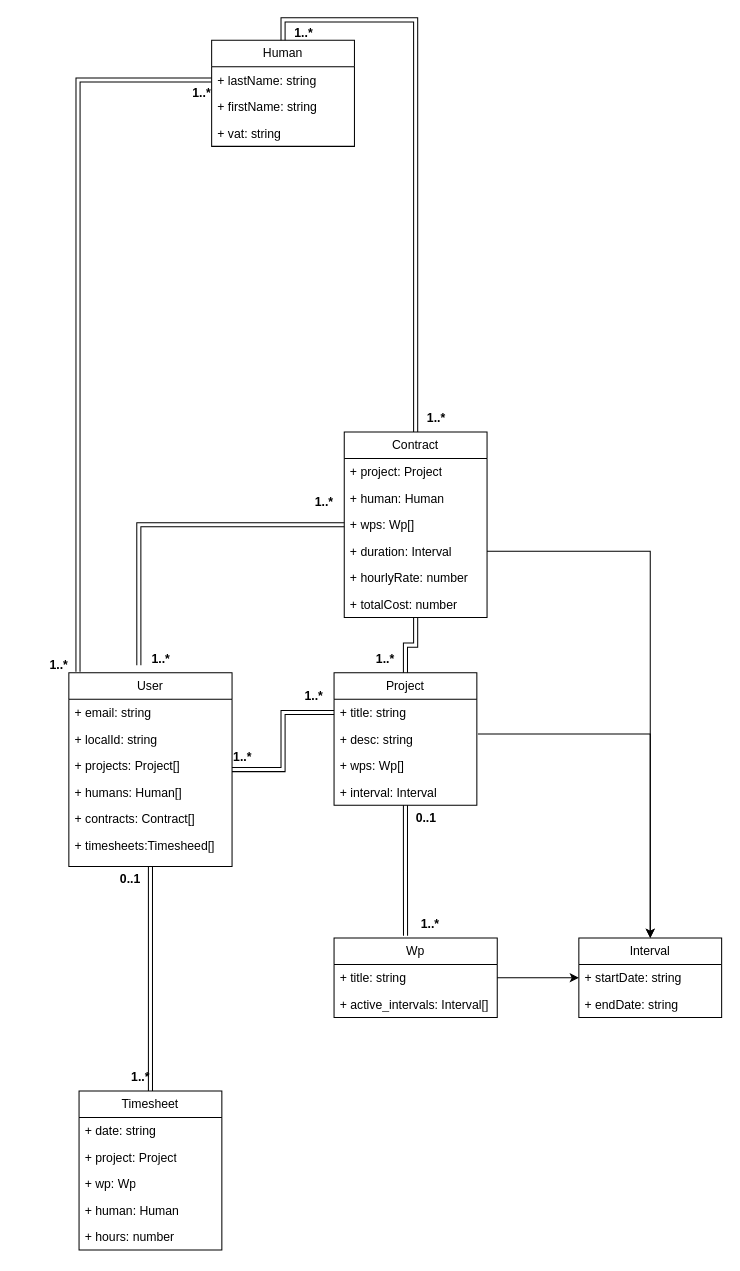
The draw.io diagram diagrams/class_diagram.drawio in nhaskaris/thesis_it22118, before the edit. Source tidied: cells renumbered, new cells numbered last; positions are measured from the earlier drawing's top-left corner, leaving out a move shared by most shapes. Both pictures are drawn from the tidied source at 102%, with x=0, y=0 at pixel (17, 19).
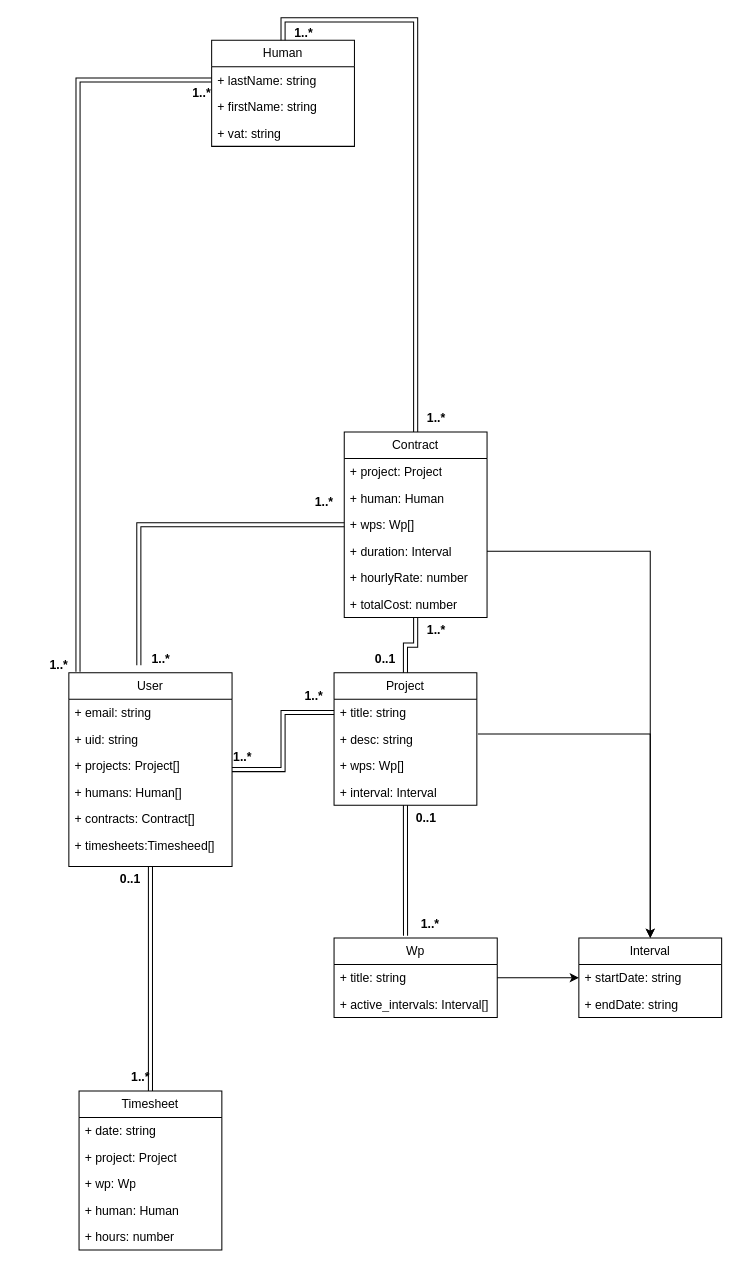
The same diagram, later.

Unchanged cells that the change refers to:
```xml
<mxCell id="19" value="User" style="swimlane;fontStyle=0;horizontal=1;startSize=26;whiteSpace=wrap;html=1;" parent="1" vertex="1">
  <mxGeometry x="50" y="640" width="160" height="190" as="geometry" />
</mxCell>
```

Diff of the diagram source:
```diff
@@
-    <mxCell id="21" value="+ localId: string" style="text;strokeColor=none;fillColor=none;align=left;verticalAlign=top;spacingLeft=4;spacingRight=4;overflow=hidden;whiteSpace=wrap;html=1;" parent="19" vertex="1">
+    <mxCell id="21" value="+ uid: string" style="text;strokeColor=none;fillColor=none;align=left;verticalAlign=top;spacingLeft=4;spacingRight=4;overflow=hidden;whiteSpace=wrap;html=1;" parent="19" vertex="1">
       <mxGeometry y="52" width="160" height="26" as="geometry" />
     </mxCell>
@@
-    <mxCell id="47" value="1..*" style="text;align=center;fontStyle=1;verticalAlign=middle;spacingLeft=3;spacingRight=3;strokeColor=none;html=1;" parent="1" vertex="1">
+    <mxCell id="47" value="0..1" style="text;align=center;fontStyle=1;verticalAlign=middle;spacingLeft=3;spacingRight=3;strokeColor=none;html=1;" parent="1" vertex="1">
       <mxGeometry x="320" y="614" width="80" height="26" as="geometry" />
     </mxCell>
@@
+    <mxCell id="61" value="1..*" style="text;align=center;fontStyle=1;verticalAlign=middle;spacingLeft=3;spacingRight=3;strokeColor=none;html=1;" parent="1" vertex="1">
+      <mxGeometry x="370" y="586" width="80" height="26" as="geometry" />
+    </mxCell>
```
